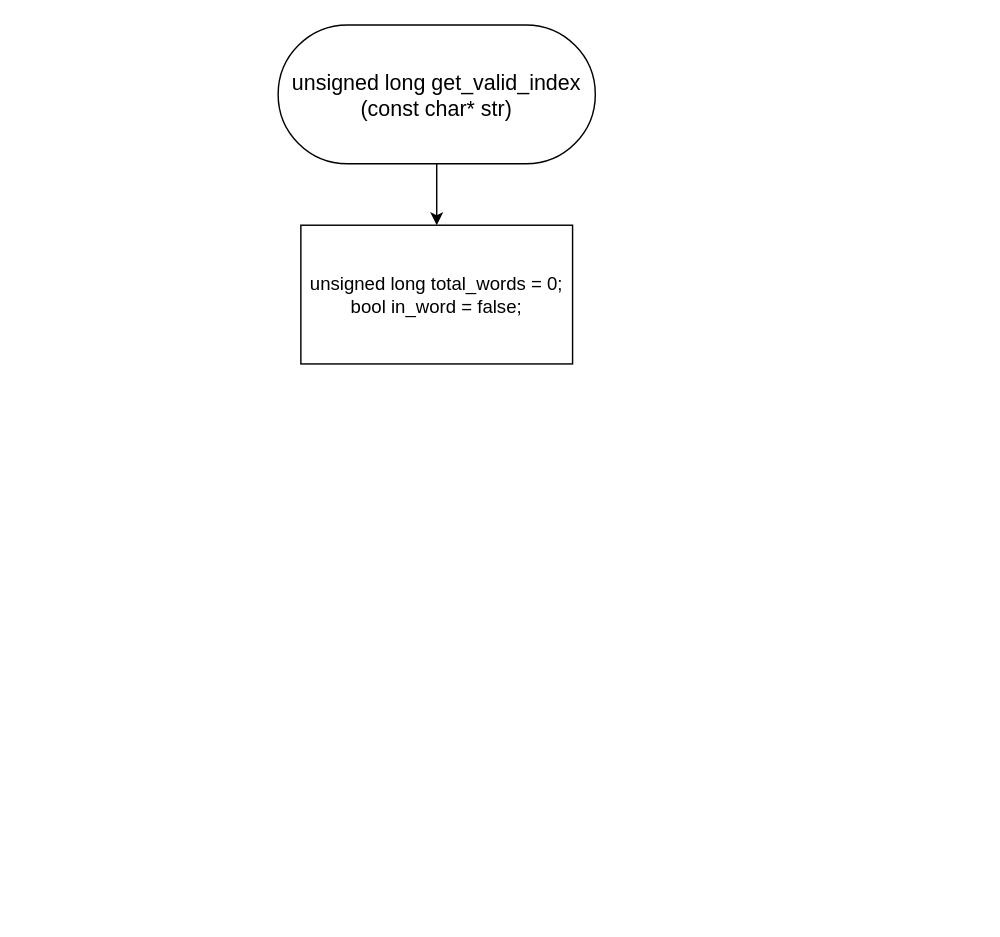
kravecila28-ops/Block-diagram_templates keeps this draw.io diagram as get_valid_index.drawio. Above is the earlier version. Source tidied: cells renumbered, new cells numbered last; positions are measured from the earlier drawing's top-left corner, leaving out a move shared by most shapes. Both pictures are drawn from the tidied source at 143%, with x=0, y=0 at pixel (277, 24).
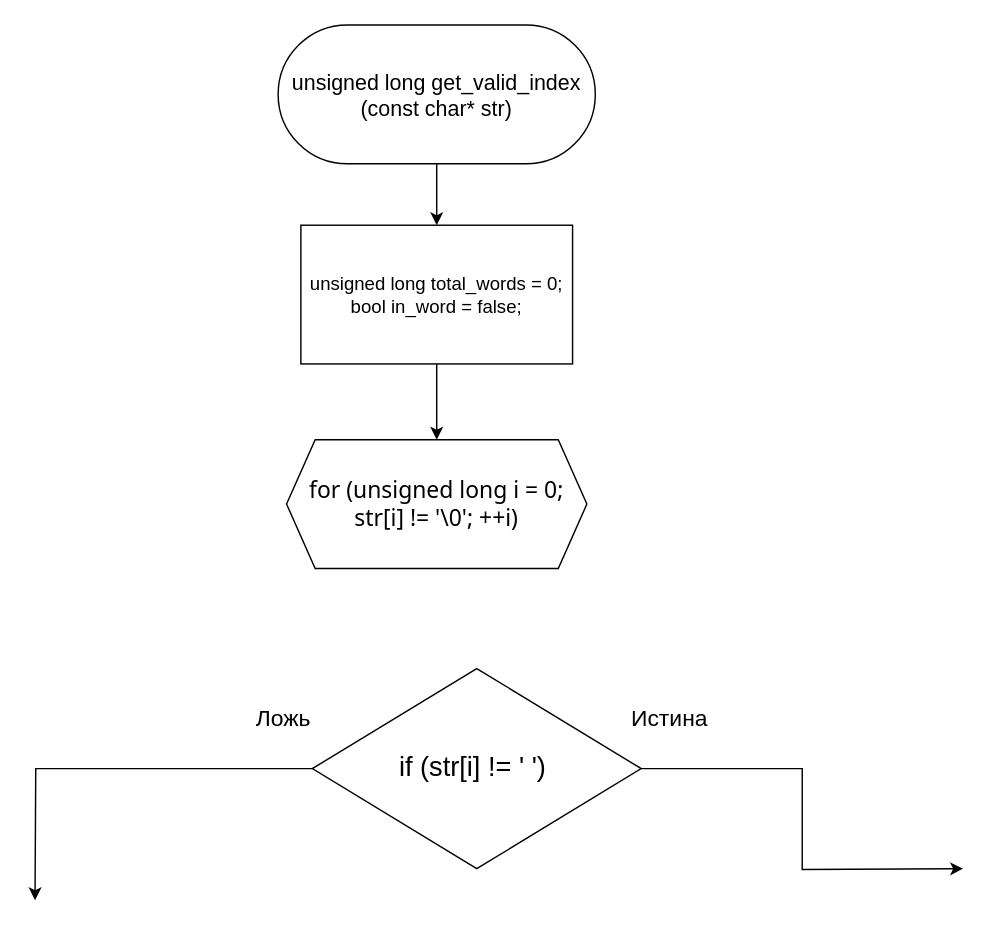
The same diagram, later.

Diff of the diagram source:
```diff
@@
 <mxGraphModel>
   <root>
     <mxCell id="0" />
     <mxCell id="1" parent="0" />
     <mxCell id="2" style="edgeStyle=orthogonalEdgeStyle;rounded=0;jettySize=auto;html=1;exitX=0.5;exitY=1;exitDx=0;exitDy=0;entryX=0.5;entryY=0;entryDx=0;entryDy=0;" parent="1" edge="1" source="3" target="4">
       <mxGeometry relative="1" as="geometry" />
     </mxCell>
     <mxCell id="3" value="&lt;div&gt;&lt;span style=&quot;font-size: 15px; background-color: transparent; color: light-dark(rgb(0, 0, 0), rgb(255, 255, 255));&quot;&gt;unsigned long get_valid_index&lt;/span&gt;&lt;/div&gt;&lt;div&gt;&lt;font style=&quot;font-size: 15px;&quot;&gt;(const char* str)&lt;/font&gt;&lt;/div&gt;" style="rounded=1;whiteSpace=wrap;html=1;arcSize=50;labelBackgroundColor=none;" parent="1" vertex="1">
       <mxGeometry width="221.8" height="97" as="geometry" />
     </mxCell>
+    <mxCell id="5" style="edgeStyle=orthogonalEdgeStyle;rounded=0;jettySize=auto;html=1;exitX=0.5;exitY=1;exitDx=0;exitDy=0;" parent="1" edge="1" source="4" target="11">
+      <mxGeometry relative="1" as="geometry" />
+    </mxCell>
     <mxCell id="4" value="&lt;div&gt;&lt;font style=&quot;font-size: 13px;&quot;&gt;unsigned long total_words = 0;&lt;/font&gt;&lt;/div&gt;&lt;div&gt;&lt;font style=&quot;font-size: 13px;&quot;&gt;bool in_word = false;&lt;/font&gt;&lt;/div&gt;" style="rounded=0;whiteSpace=wrap;html=1;labelBackgroundColor=none;" parent="1" vertex="1">
       <mxGeometry x="15.9" y="140" width="190" height="97" as="geometry" />
     </mxCell>
+    <mxCell id="6" style="edgeStyle=orthogonalEdgeStyle;rounded=0;jettySize=auto;html=1;exitX=1;exitY=0.5;exitDx=0;exitDy=0;entryX=0.5;entryY=0;entryDx=0;entryDy=0;labelBackgroundColor=none;fontColor=default;" parent="1" edge="1" source="8">
+      <mxGeometry relative="1" as="geometry">
+        <mxPoint x="479" y="590" as="targetPoint" />
+      </mxGeometry>
+    </mxCell>
+    <mxCell id="7" style="edgeStyle=orthogonalEdgeStyle;rounded=0;jettySize=auto;html=1;exitX=0;exitY=0.5;exitDx=0;exitDy=0;entryX=0.5;entryY=0;entryDx=0;entryDy=0;labelBackgroundColor=none;fontColor=default;" parent="1" edge="1" source="8">
+      <mxGeometry relative="1" as="geometry">
+        <mxPoint x="-170" y="612" as="targetPoint" />
+      </mxGeometry>
+    </mxCell>
+    <mxCell id="8" value="&lt;font style=&quot;font-size: 19px;&quot;&gt;if (str[i] != ' ')&amp;nbsp;&lt;/font&gt;" style="rhombus;whiteSpace=wrap;html=1;labelBackgroundColor=none;" parent="1" vertex="1">
+      <mxGeometry x="23.9" y="450" width="230" height="140" as="geometry" />
+    </mxCell>
+    <mxCell id="9" value="&lt;font style=&quot;font-size: 16px;&quot;&gt;Истина&lt;/font&gt;" style="text;html=1;whiteSpace=wrap;strokeColor=none;fillColor=none;align=center;verticalAlign=middle;rounded=0;labelBackgroundColor=none;" parent="1" vertex="1">
+      <mxGeometry x="243.9" y="470" width="60" height="30" as="geometry" />
+    </mxCell>
+    <mxCell id="10" value="&lt;span style=&quot;font-size: 16px;&quot;&gt;Ложь&lt;/span&gt;" style="text;html=1;whiteSpace=wrap;strokeColor=none;fillColor=none;align=center;verticalAlign=middle;rounded=0;labelBackgroundColor=none;" parent="1" vertex="1">
+      <mxGeometry x="-26.1" y="470" width="60" height="30" as="geometry" />
+    </mxCell>
+    <mxCell id="11" value="&lt;div style=&quot;&quot;&gt;&lt;font face=&quot;Google Sans Flex, Google Sans, system-ui, sans-serif&quot; style=&quot;font-size: 16px;&quot;&gt;&lt;span style=&quot;font-variant-ligatures: none; white-space-collapse: preserve;&quot;&gt;for (unsigned long i = 0;&lt;/span&gt;&lt;/font&gt;&lt;/div&gt;&lt;div style=&quot;&quot;&gt;&lt;font face=&quot;Google Sans Flex, Google Sans, system-ui, sans-serif&quot; style=&quot;font-size: 16px;&quot;&gt;&lt;span style=&quot;font-variant-ligatures: none; white-space-collapse: preserve;&quot;&gt; str[i] != '\0'; ++i)&amp;nbsp;&lt;/span&gt;&lt;/font&gt;&lt;/div&gt;" style="shape=hexagon;perimeter=hexagonPerimeter2;whiteSpace=wrap;html=1;fixedSize=1;align=center;labelBackgroundColor=none;" parent="1" vertex="1">
+      <mxGeometry x="5.9" y="290" width="210" height="90" as="geometry" />
+    </mxCell>
   </root>
 </mxGraphModel>
```
